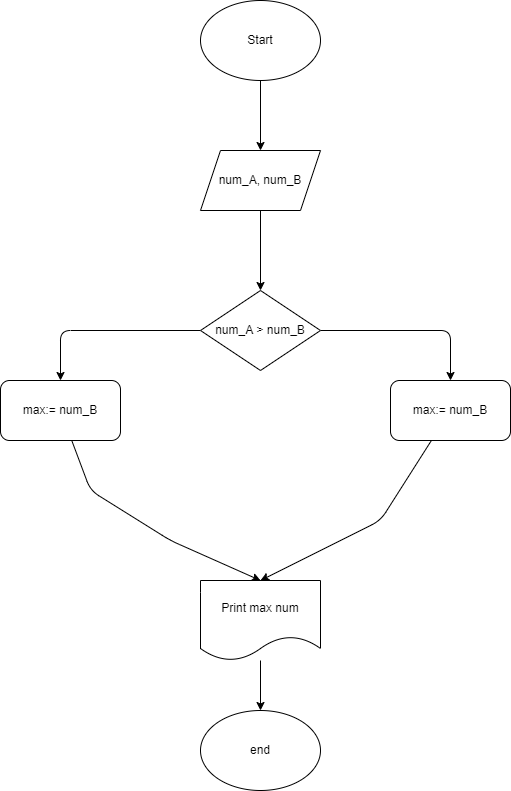
The draw.io diagram Seminar1/ex01.drawio.png in Vildan3/HomeWork, before a commit. Source tidied: cells renumbered, new cells last; positions are measured from the earlier drawing's top-left corner, leaving out a move shared by most shapes.
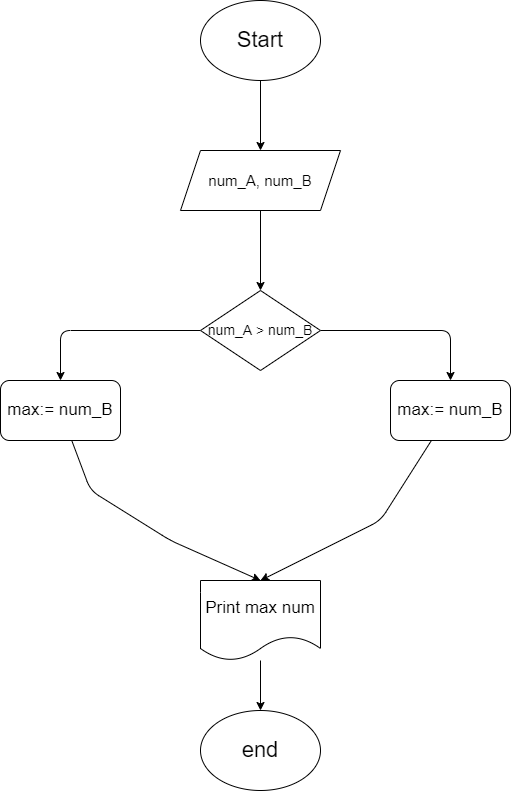
After the commit.

Commit message:
Исправил блок схему

What changed in the source:
```diff
@@ -7,7 +7,7 @@
         <mxPoint x="260" y="150" as="targetPoint" />
       </mxGeometry>
     </mxCell>
-    <mxCell id="3" value="Start" style="ellipse;whiteSpace=wrap;html=1;" parent="1" vertex="1">
+    <mxCell id="3" value="&lt;font style=&quot;font-size: 22px&quot;&gt;Start&lt;/font&gt;" style="ellipse;whiteSpace=wrap;html=1;" parent="1" vertex="1">
       <mxGeometry x="200" width="120" height="80" as="geometry" />
     </mxCell>
     <mxCell id="4" style="edgeStyle=none;html=1;" parent="1" edge="1" source="5">
@@ -15,8 +15,8 @@
         <mxPoint x="260" y="290" as="targetPoint" />
       </mxGeometry>
     </mxCell>
-    <mxCell id="5" value="num_A, num_B" style="shape=parallelogram;perimeter=parallelogramPerimeter;whiteSpace=wrap;html=1;fixedSize=1;" parent="1" vertex="1">
-      <mxGeometry x="200" y="150" width="120" height="60" as="geometry" />
+    <mxCell id="5" value="&lt;font style=&quot;font-size: 15px&quot;&gt;num_A, num_B&lt;/font&gt;" style="shape=parallelogram;perimeter=parallelogramPerimeter;whiteSpace=wrap;html=1;fixedSize=1;" parent="1" vertex="1">
+      <mxGeometry x="180" y="150" width="160" height="60" as="geometry" />
     </mxCell>
     <mxCell id="6" style="edgeStyle=none;html=1;entryX=0.5;entryY=0;entryDx=0;entryDy=0;" parent="1" edge="1" source="8" target="10">
       <mxGeometry relative="1" as="geometry">
@@ -33,7 +33,7 @@
         </Array>
       </mxGeometry>
     </mxCell>
-    <mxCell id="8" value="num_A &amp;gt; num_B" style="rhombus;whiteSpace=wrap;html=1;" parent="1" vertex="1">
+    <mxCell id="8" value="&lt;font style=&quot;font-size: 14px&quot;&gt;num_A &amp;gt; num_B&lt;/font&gt;" style="rhombus;whiteSpace=wrap;html=1;" parent="1" vertex="1">
       <mxGeometry x="200" y="290" width="120" height="80" as="geometry" />
     </mxCell>
     <mxCell id="9" style="edgeStyle=none;html=1;entryX=0.5;entryY=0;entryDx=0;entryDy=0;" parent="1" edge="1" source="10" target="14">
@@ -43,7 +43,7 @@
         </Array>
       </mxGeometry>
     </mxCell>
-    <mxCell id="10" value="max:= num_B" style="rounded=1;whiteSpace=wrap;html=1;" parent="1" vertex="1">
+    <mxCell id="10" value="&lt;font style=&quot;font-size: 17px&quot;&gt;max:= num_B&lt;/font&gt;" style="rounded=1;whiteSpace=wrap;html=1;" parent="1" vertex="1">
       <mxGeometry x="390" y="380" width="120" height="60" as="geometry" />
     </mxCell>
     <mxCell id="11" style="edgeStyle=none;html=1;entryX=0.5;entryY=0;entryDx=0;entryDy=0;" parent="1" edge="1" source="12" target="14">
@@ -54,16 +54,16 @@
         </Array>
       </mxGeometry>
     </mxCell>
-    <mxCell id="12" value="max:= num_B" style="rounded=1;whiteSpace=wrap;html=1;" parent="1" vertex="1">
+    <mxCell id="12" value="&lt;font style=&quot;font-size: 17px&quot;&gt;max:= num_B&lt;/font&gt;" style="rounded=1;whiteSpace=wrap;html=1;" parent="1" vertex="1">
       <mxGeometry y="380" width="120" height="60" as="geometry" />
     </mxCell>
     <mxCell id="13" style="edgeStyle=none;html=1;" parent="1" edge="1" source="14" target="15">
       <mxGeometry relative="1" as="geometry" />
     </mxCell>
-    <mxCell id="14" value="Print max num" style="shape=document;whiteSpace=wrap;html=1;boundedLbl=1;" parent="1" vertex="1">
+    <mxCell id="14" value="&lt;font style=&quot;font-size: 17px&quot;&gt;Print max num&lt;/font&gt;" style="shape=document;whiteSpace=wrap;html=1;boundedLbl=1;" parent="1" vertex="1">
       <mxGeometry x="200" y="580" width="120" height="80" as="geometry" />
     </mxCell>
-    <mxCell id="15" value="end" style="ellipse;whiteSpace=wrap;html=1;" parent="1" vertex="1">
+    <mxCell id="15" value="&lt;font style=&quot;font-size: 22px&quot;&gt;end&lt;/font&gt;" style="ellipse;whiteSpace=wrap;html=1;" parent="1" vertex="1">
       <mxGeometry x="200" y="710" width="120" height="80" as="geometry" />
     </mxCell>
   </root>
```
